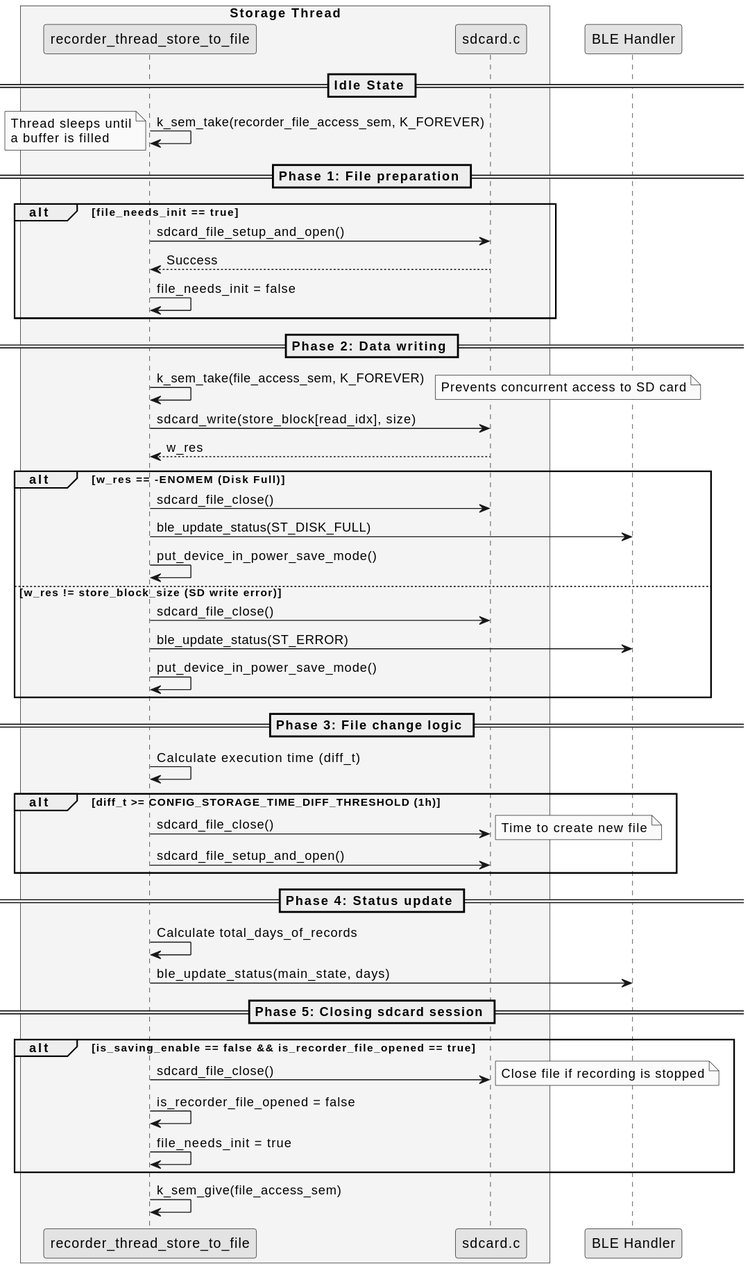
This is 03-Software/nrf-monkey-main/uml/out/uml/recorder/recorder-file-saving-sequence-diagram.svg from DrinkDark/Master_TM_DataCollar, a PlantUML export, as it was before one commit. The source it was exported from:
```plantuml
@startuml
skinparam Monochrome true
skinparam ParticipantPadding 20
skinparam BoxPadding 10

box "Storage Thread" #F4F4F4
participant "recorder_thread_store_to_file" as Store
participant "sdcard.c" as SD
end box

participant "BLE Handler" as BLE

== Idle State ==

Store -> Store : k_sem_take(recorder_file_access_sem, K_FOREVER)
note left: Thread sleeps until\na buffer is filled
== Phase 1: File preparation ==

alt file_needs_init == true
    Store -> SD : sdcard_file_setup_and_open()
    SD --> Store : Success
    Store -> Store : file_needs_init = false
end

== Phase 2: Data writing ==

Store -> Store : k_sem_take(file_access_sem, K_FOREVER)
note right: Prevents concurrent access to SD card

Store -> SD : sdcard_write(store_block[read_idx], size)
SD --> Store : w_res

alt w_res == -ENOMEM (Disk Full)
    Store -> SD : sdcard_file_close()
    Store -> BLE : ble_update_status(ST_DISK_FULL)
    Store -> Store : put_device_in_power_save_mode()
else w_res != store_block_size (SD write error)
    Store -> SD : sdcard_file_close()
    Store -> BLE : ble_update_status(ST_ERROR)
    Store -> Store : put_device_in_power_save_mode()
end

== Phase 3: File change logic ==

Store -> Store : Calculate execution time (diff_t)
alt diff_t >= CONFIG_STORAGE_TIME_DIFF_THRESHOLD (1h)
    Store -> SD : sdcard_file_close()
    note right: Time to create new file
    Store -> SD : sdcard_file_setup_and_open()
end

== Phase 4: Status update ==

Store -> Store : Calculate total_days_of_records
Store -> BLE : ble_update_status(main_state, days)

== Phase 5: Closing sdcard session ==

alt is_saving_enable == false && is_recorder_file_opened == true
    Store -> SD : sdcard_file_close()
    note right: Close file if recording is stopped
    Store -> Store : is_recorder_file_opened = false
    Store -> Store : file_needs_init = true
end

Store -> Store : k_sem_give(file_access_sem)
@enduml
```
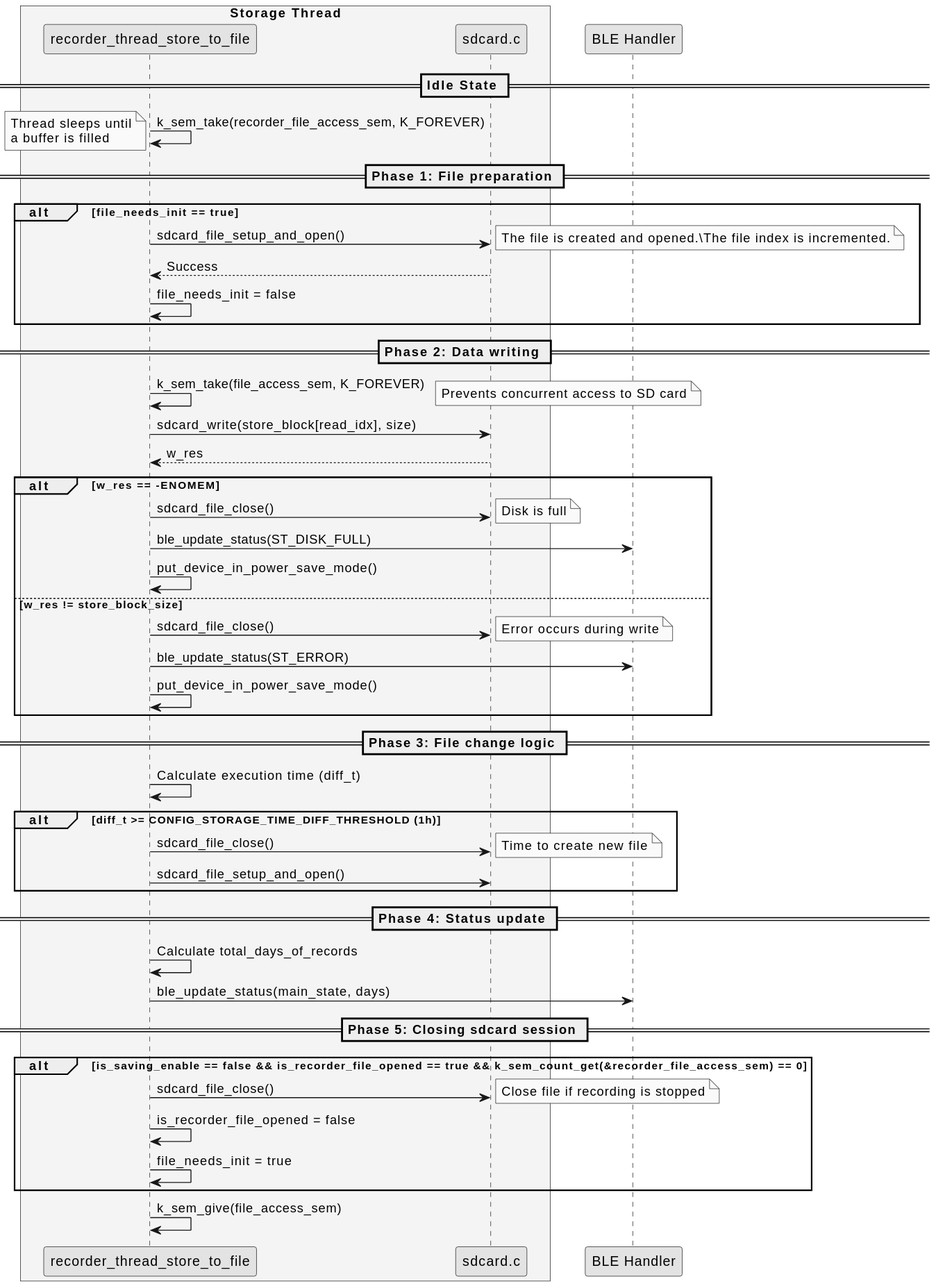
Later version of the same file.

The edit, as a diff of the source:
```diff
@@ -18,6 +18,7 @@
 
 alt file_needs_init == true
     Store -> SD : sdcard_file_setup_and_open()
+    note right: The file is created and opened.\The file index is incremented.
     SD --> Store : Success
     Store -> Store : file_needs_init = false
 end
@@ -30,12 +31,14 @@
 Store -> SD : sdcard_write(store_block[read_idx], size)
 SD --> Store : w_res
 
-alt w_res == -ENOMEM (Disk Full)
+alt w_res == -ENOMEM
     Store -> SD : sdcard_file_close()
+    note right: Disk is full
     Store -> BLE : ble_update_status(ST_DISK_FULL)
     Store -> Store : put_device_in_power_save_mode()
-else w_res != store_block_size (SD write error)
+else w_res != store_block_size
     Store -> SD : sdcard_file_close()
+    note right: Error occurs during write
     Store -> BLE : ble_update_status(ST_ERROR)
     Store -> Store : put_device_in_power_save_mode()
 end
@@ -56,7 +59,7 @@
 
 == Phase 5: Closing sdcard session ==
 
-alt is_saving_enable == false && is_recorder_file_opened == true
+alt is_saving_enable == false && is_recorder_file_opened == true && k_sem_count_get(&recorder_file_access_sem) == 0
     Store -> SD : sdcard_file_close()
     note right: Close file if recording is stopped
     Store -> Store : is_recorder_file_opened = false
```
